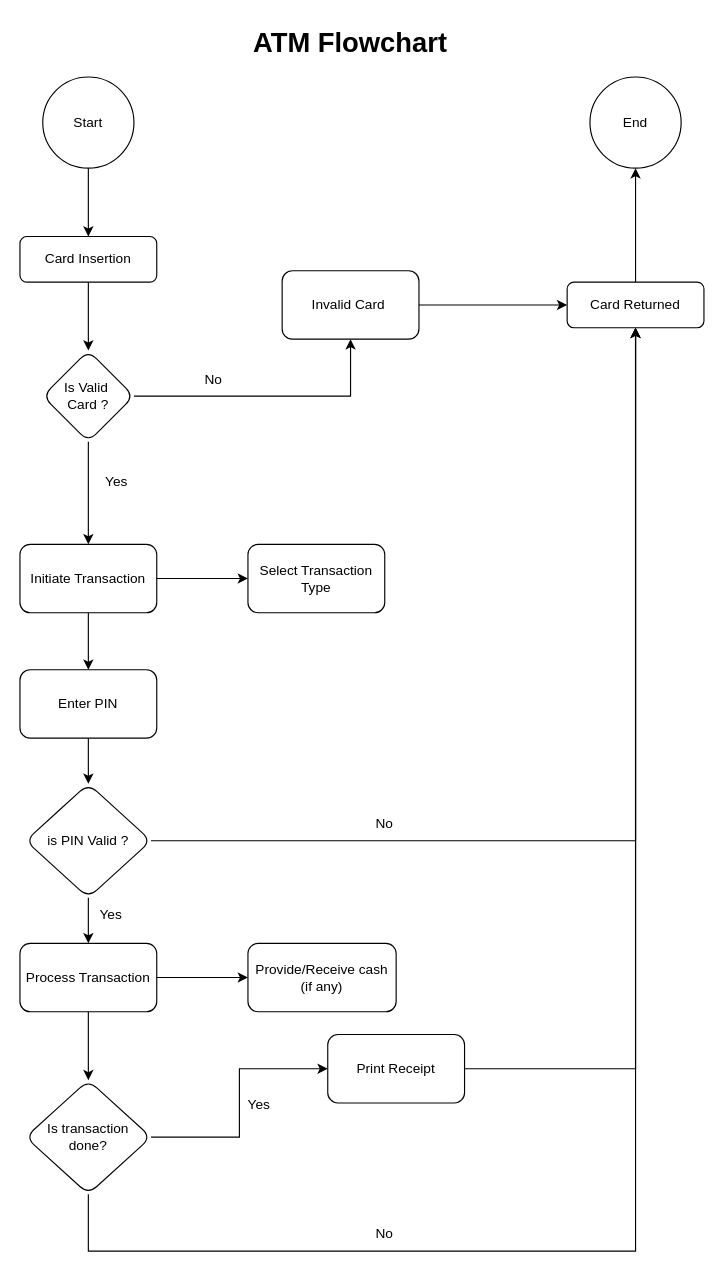
Earlier version of the draw.io diagram ATM_Flowchart.drawio (adminshivam/Low-Level-Design). Source tidied: cells renumbered, new cells numbered last; positions are measured from the earlier drawing's top-left corner, leaving out a move shared by most shapes. Both pictures are drawn from the tidied source at 114%, with x=0, y=0 at pixel (19, 19).
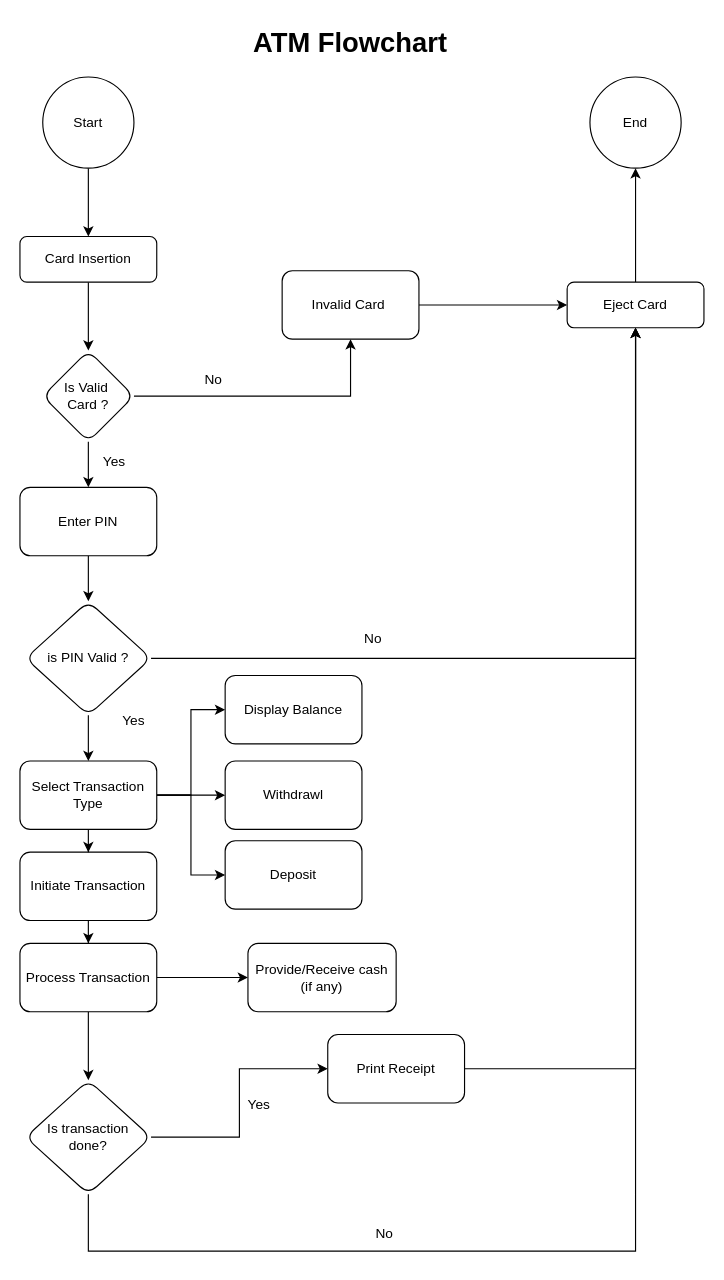
The same page after the edit.

The change refers to these unchanged cells:
```xml
<mxCell id="8" value="Is Valid&amp;nbsp;&lt;div&gt;Card ?&lt;/div&gt;" style="rhombus;whiteSpace=wrap;html=1;rounded=1;glass=0;strokeWidth=1;shadow=0;" parent="1" vertex="1">
  <mxGeometry x="20" y="290" width="80" height="80" as="geometry" />
</mxCell>
<mxCell id="31" value="Process Transaction" style="whiteSpace=wrap;html=1;rounded=1;glass=0;strokeWidth=1;shadow=0;" parent="1" vertex="1">
  <mxGeometry y="810" width="120" height="60" as="geometry" />
</mxCell>
```

Diff of the diagram source:
```diff
@@
-    <mxCell id="5" value="Card Returned" style="rounded=1;whiteSpace=wrap;html=1;fontSize=12;glass=0;strokeWidth=1;shadow=0;" parent="1" vertex="1">
+    <mxCell id="5" value="Eject Card" style="rounded=1;whiteSpace=wrap;html=1;fontSize=12;glass=0;strokeWidth=1;shadow=0;" parent="1" vertex="1">
       <mxGeometry x="480" y="230" width="120" height="40" as="geometry" />
     </mxCell>
@@
-    <mxCell id="7" style="edgeStyle=orthogonalEdgeStyle;rounded=0;jettySize=auto;html=1;" parent="1" edge="1" source="8" target="14">
-      <mxGeometry relative="1" as="geometry" />
-    </mxCell>
+    <mxCell id="39" style="edgeStyle=orthogonalEdgeStyle;rounded=0;jettySize=auto;html=1;entryX=0.5;entryY=0;entryDx=0;entryDy=0;" parent="1" edge="1" source="8" target="28">
+      <mxGeometry relative="1" as="geometry" />
+    </mxCell>
@@
-    <mxCell id="12" style="edgeStyle=orthogonalEdgeStyle;rounded=0;jettySize=auto;html=1;" parent="1" edge="1" source="14" target="28">
-      <mxGeometry relative="1" as="geometry" />
-    </mxCell>
-    <mxCell id="13" style="edgeStyle=orthogonalEdgeStyle;rounded=0;jettySize=auto;html=1;" parent="1" edge="1" source="14" target="37">
-      <mxGeometry relative="1" as="geometry" />
-    </mxCell>
+    <mxCell id="40" style="edgeStyle=orthogonalEdgeStyle;rounded=0;jettySize=auto;html=1;entryX=0.5;entryY=0;entryDx=0;entryDy=0;" parent="1" edge="1" source="14" target="31">
+      <mxGeometry relative="1" as="geometry" />
+    </mxCell>
     <mxCell id="14" value="Initiate Transaction" style="whiteSpace=wrap;html=1;rounded=1;glass=0;strokeWidth=1;shadow=0;" parent="1" vertex="1">
-      <mxGeometry y="460" width="120" height="60" as="geometry" />
+      <mxGeometry y="730" width="120" height="60" as="geometry" />
     </mxCell>
@@
     <mxCell id="18" value="Yes" style="text;html=1;align=center;verticalAlign=middle;whiteSpace=wrap;rounded=0;" parent="1" vertex="1">
-      <mxGeometry x="55" y="390" width="60" height="30" as="geometry" />
+      <mxGeometry x="53" y="373" width="60" height="30" as="geometry" />
     </mxCell>
     <mxCell id="19" value="No" style="text;html=1;align=center;verticalAlign=middle;whiteSpace=wrap;rounded=0;" parent="1" vertex="1">
-      <mxGeometry x="290" y="690" width="60" height="30" as="geometry" />
+      <mxGeometry x="280" y="528" width="60" height="30" as="geometry" />
     </mxCell>
@@
     <mxCell id="23" value="Yes" style="text;html=1;align=center;verticalAlign=middle;whiteSpace=wrap;rounded=0;" parent="1" vertex="1">
-      <mxGeometry x="50" y="770" width="60" height="30" as="geometry" />
+      <mxGeometry x="70" y="600" width="60" height="30" as="geometry" />
     </mxCell>
@@
-    <mxCell id="25" style="edgeStyle=orthogonalEdgeStyle;rounded=0;jettySize=auto;html=1;entryX=0.5;entryY=0;entryDx=0;entryDy=0;" parent="1" edge="1" source="26" target="31">
-      <mxGeometry relative="1" as="geometry" />
-    </mxCell>
+    <mxCell id="41" style="edgeStyle=orthogonalEdgeStyle;rounded=0;jettySize=auto;html=1;entryX=0.5;entryY=0;entryDx=0;entryDy=0;" parent="1" edge="1" source="26" target="37">
+      <mxGeometry relative="1" as="geometry" />
+    </mxCell>
     <mxCell id="26" value="is PIN Valid ?" style="rhombus;whiteSpace=wrap;html=1;rounded=1;glass=0;strokeWidth=1;shadow=0;" parent="1" vertex="1">
-      <mxGeometry x="5" y="670" width="110" height="100" as="geometry" />
+      <mxGeometry x="5" y="510" width="110" height="100" as="geometry" />
     </mxCell>
@@
     <mxCell id="28" value="Enter PIN" style="whiteSpace=wrap;html=1;rounded=1;glass=0;strokeWidth=1;shadow=0;" parent="1" vertex="1">
-      <mxGeometry y="570" width="120" height="60" as="geometry" />
+      <mxGeometry y="410" width="120" height="60" as="geometry" />
     </mxCell>
@@
+    <mxCell id="42" style="edgeStyle=orthogonalEdgeStyle;rounded=0;jettySize=auto;html=1;entryX=0.5;entryY=0;entryDx=0;entryDy=0;" parent="1" edge="1" source="37" target="14">
+      <mxGeometry relative="1" as="geometry" />
+    </mxCell>
+    <mxCell id="43" style="edgeStyle=orthogonalEdgeStyle;rounded=0;jettySize=auto;html=1;entryX=0;entryY=0.5;entryDx=0;entryDy=0;" parent="1" edge="1" source="37" target="46">
+      <mxGeometry relative="1" as="geometry" />
+    </mxCell>
+    <mxCell id="44" style="edgeStyle=orthogonalEdgeStyle;rounded=0;jettySize=auto;html=1;entryX=0;entryY=0.5;entryDx=0;entryDy=0;" parent="1" edge="1" source="37" target="47">
+      <mxGeometry relative="1" as="geometry" />
+    </mxCell>
+    <mxCell id="45" style="edgeStyle=orthogonalEdgeStyle;rounded=0;jettySize=auto;html=1;entryX=0;entryY=0.5;entryDx=0;entryDy=0;" parent="1" edge="1" source="37" target="48">
+      <mxGeometry relative="1" as="geometry" />
+    </mxCell>
     <mxCell id="37" value="Select Transaction Type" style="whiteSpace=wrap;html=1;rounded=1;glass=0;strokeWidth=1;shadow=0;" parent="1" vertex="1">
-      <mxGeometry x="200" y="460" width="120" height="60" as="geometry" />
+      <mxGeometry y="650" width="120" height="60" as="geometry" />
     </mxCell>
@@
+    <mxCell id="46" value="Display Balance" style="whiteSpace=wrap;html=1;rounded=1;glass=0;strokeWidth=1;shadow=0;" parent="1" vertex="1">
+      <mxGeometry x="180" y="575" width="120" height="60" as="geometry" />
+    </mxCell>
+    <mxCell id="47" value="Withdrawl" style="whiteSpace=wrap;html=1;rounded=1;glass=0;strokeWidth=1;shadow=0;" parent="1" vertex="1">
+      <mxGeometry x="180" y="650" width="120" height="60" as="geometry" />
+    </mxCell>
+    <mxCell id="48" value="Deposit" style="whiteSpace=wrap;html=1;rounded=1;glass=0;strokeWidth=1;shadow=0;" parent="1" vertex="1">
+      <mxGeometry x="180" y="720" width="120" height="60" as="geometry" />
+    </mxCell>
```
